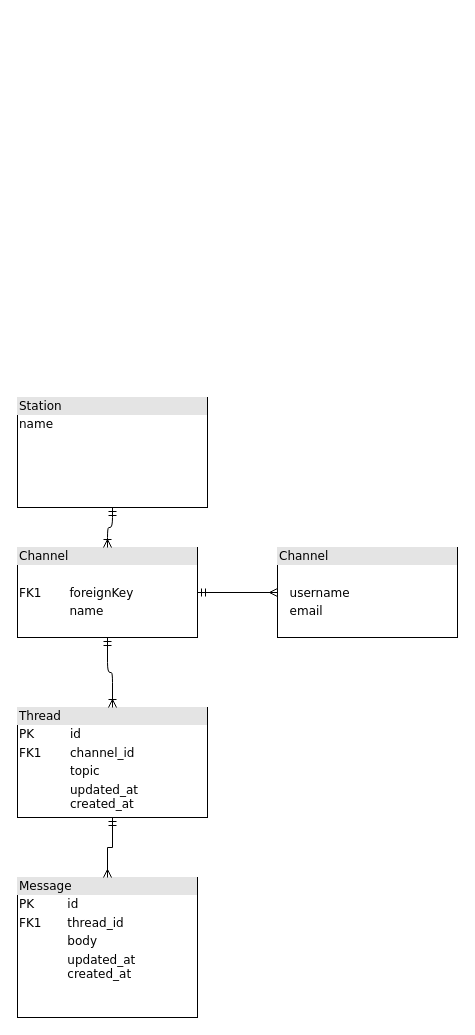
This is docs/server-data-model.drawio.xml from Sanyam07/fluxcell, a draw.io file, before an edit. Source tidied: cells renumbered, new cells numbered last; positions are measured from the earlier drawing's top-left corner, leaving out a move shared by most shapes. Both pictures are drawn from the tidied source at 100%, with x=0, y=0 at pixel (17, 397).
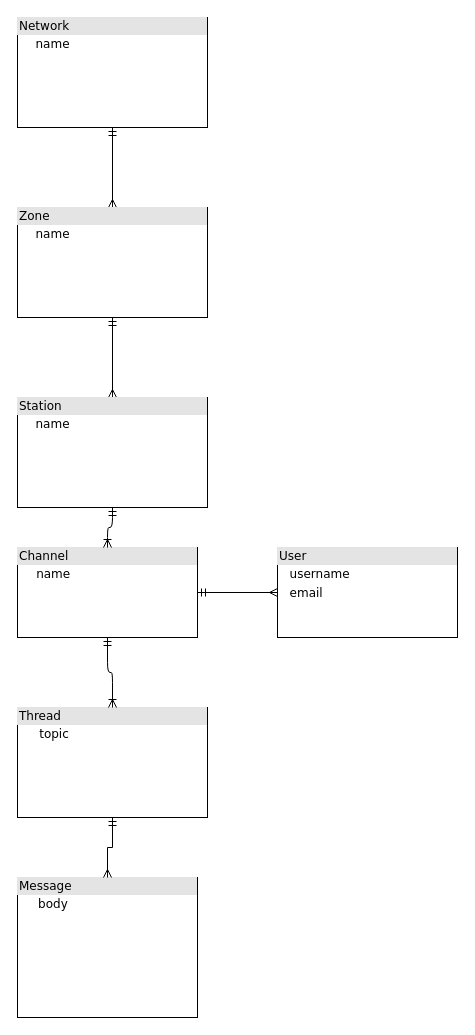
After the change.

Commit message:
Update draft diagram

Diff of the diagram source:
```diff
@@
 <mxGraphModel background="#ffffff">
   <root>
     <mxCell id="0" />
     <mxCell id="1" parent="0" />
+    <mxCell id="11" style="edgeStyle=orthogonalEdgeStyle;rounded=0;jettySize=auto;html=1;endArrow=ERmandOne;endFill=0;startArrow=ERmany;startFill=0;" parent="1" edge="1" source="2" target="13">
+      <mxGeometry relative="1" as="geometry" />
+    </mxCell>
-    <mxCell id="2" value="&lt;div style=&quot;box-sizing: border-box ; width: 100% ; background: #e4e4e4 ; padding: 2px&quot;&gt;Station&lt;/div&gt;&lt;table style=&quot;width: 100% ; font-size: 1em&quot; cellpadding=&quot;2&quot; cellspacing=&quot;0&quot;&gt;&lt;tbody&gt;&lt;tr&gt;&lt;td&gt;name&lt;/td&gt;&lt;td&gt;&lt;br&gt;&lt;/td&gt;&lt;/tr&gt;&lt;/tbody&gt;&lt;/table&gt;" style="verticalAlign=top;align=left;overflow=fill;html=1;rounded=0;shadow=0;comic=0;labelBackgroundColor=none;strokeColor=#000000;strokeWidth=1;fillColor=#ffffff;fontFamily=Verdana;fontSize=12;fontColor=#000000;" parent="1" vertex="1">
+    <mxCell id="2" value="&lt;div style=&quot;box-sizing: border-box ; width: 100% ; background: #e4e4e4 ; padding: 2px&quot;&gt;Station&lt;/div&gt;&lt;table style=&quot;width: 100% ; font-size: 1em&quot; cellpadding=&quot;2&quot; cellspacing=&quot;0&quot;&gt;&lt;tbody&gt;&lt;tr&gt;&lt;td&gt;&lt;br&gt;&lt;/td&gt;&lt;td&gt;name&lt;/td&gt;&lt;td&gt;&lt;br&gt;&lt;/td&gt;&lt;/tr&gt;&lt;/tbody&gt;&lt;/table&gt;" style="verticalAlign=top;align=left;overflow=fill;html=1;rounded=0;shadow=0;comic=0;labelBackgroundColor=none;strokeColor=#000000;strokeWidth=1;fillColor=#ffffff;fontFamily=Verdana;fontSize=12;fontColor=#000000;" parent="1" vertex="1">
       <mxGeometry width="190" height="110" as="geometry" />
     </mxCell>
+    <mxCell id="12" style="edgeStyle=orthogonalEdgeStyle;rounded=0;jettySize=auto;html=1;startArrow=ERmany;startFill=0;endArrow=ERmandOne;endFill=0;" parent="1" edge="1" source="13" target="14">
+      <mxGeometry relative="1" as="geometry" />
+    </mxCell>
+    <mxCell id="13" value="&lt;div style=&quot;box-sizing: border-box ; width: 100% ; background: #e4e4e4 ; padding: 2px&quot;&gt;Zone&lt;/div&gt;&lt;table style=&quot;width: 100% ; font-size: 1em&quot; cellpadding=&quot;2&quot; cellspacing=&quot;0&quot;&gt;&lt;tbody&gt;&lt;tr&gt;&lt;td&gt;&lt;br&gt;&lt;/td&gt;&lt;td&gt;name&lt;/td&gt;&lt;td&gt;&lt;br&gt;&lt;/td&gt;&lt;/tr&gt;&lt;/tbody&gt;&lt;/table&gt;" style="verticalAlign=top;align=left;overflow=fill;html=1;rounded=0;shadow=0;comic=0;labelBackgroundColor=none;strokeColor=#000000;strokeWidth=1;fillColor=#ffffff;fontFamily=Verdana;fontSize=12;fontColor=#000000;" parent="1" vertex="1">
+      <mxGeometry y="-190" width="190" height="110" as="geometry" />
+    </mxCell>
+    <mxCell id="14" value="&lt;div style=&quot;box-sizing: border-box ; width: 100% ; background: #e4e4e4 ; padding: 2px&quot;&gt;Network&lt;/div&gt;&lt;table style=&quot;width: 100% ; font-size: 1em&quot; cellpadding=&quot;2&quot; cellspacing=&quot;0&quot;&gt;&lt;tbody&gt;&lt;tr&gt;&lt;td&gt;&lt;br&gt;&lt;/td&gt;&lt;td&gt;name&lt;/td&gt;&lt;td&gt;&lt;br&gt;&lt;/td&gt;&lt;/tr&gt;&lt;/tbody&gt;&lt;/table&gt;" style="verticalAlign=top;align=left;overflow=fill;html=1;rounded=0;shadow=0;comic=0;labelBackgroundColor=none;strokeColor=#000000;strokeWidth=1;fillColor=#ffffff;fontFamily=Verdana;fontSize=12;fontColor=#000000;" parent="1" vertex="1">
+      <mxGeometry y="-380" width="190" height="110" as="geometry" />
+    </mxCell>
-    <mxCell id="3" value="&lt;div style=&quot;box-sizing: border-box ; width: 100% ; background: #e4e4e4 ; padding: 2px&quot;&gt;Message&lt;/div&gt;&lt;table style=&quot;width: 100% ; font-size: 1em&quot; cellpadding=&quot;2&quot; cellspacing=&quot;0&quot;&gt;&lt;tbody&gt;&lt;tr&gt;&lt;td&gt;PK&lt;/td&gt;&lt;td&gt;id&lt;/td&gt;&lt;/tr&gt;&lt;tr&gt;&lt;td&gt;FK1&lt;/td&gt;&lt;td&gt;thread_id&lt;/td&gt;&lt;/tr&gt;&lt;tr&gt;&lt;td&gt;&lt;/td&gt;&lt;td&gt;body&lt;/td&gt;&lt;/tr&gt;&lt;tr&gt;&lt;td&gt;&lt;br&gt;&lt;/td&gt;&lt;td&gt;updated_at&lt;br&gt;created_at&lt;/td&gt;&lt;/tr&gt;&lt;/tbody&gt;&lt;/table&gt;" style="verticalAlign=top;align=left;overflow=fill;html=1;rounded=0;shadow=0;comic=0;labelBackgroundColor=none;strokeColor=#000000;strokeWidth=1;fillColor=#ffffff;fontFamily=Verdana;fontSize=12;fontColor=#000000;" parent="1" vertex="1">
+    <mxCell id="3" value="&lt;div style=&quot;box-sizing: border-box ; width: 100% ; background: #e4e4e4 ; padding: 2px&quot;&gt;Message&lt;/div&gt;&lt;table style=&quot;width: 100% ; font-size: 1em&quot; cellpadding=&quot;2&quot; cellspacing=&quot;0&quot;&gt;&lt;tbody&gt;&lt;tr&gt;&lt;td&gt;&lt;br&gt;&lt;/td&gt;&lt;td&gt;body&lt;/td&gt;&lt;/tr&gt;&lt;/tbody&gt;&lt;/table&gt;" style="verticalAlign=top;align=left;overflow=fill;html=1;rounded=0;shadow=0;comic=0;labelBackgroundColor=none;strokeColor=#000000;strokeWidth=1;fillColor=#ffffff;fontFamily=Verdana;fontSize=12;fontColor=#000000;" parent="1" vertex="1">
       <mxGeometry y="480" width="180" height="140" as="geometry" />
     </mxCell>
     <mxCell id="4" style="edgeStyle=orthogonalEdgeStyle;rounded=0;jettySize=auto;html=1;endArrow=ERmany;endFill=0;startArrow=ERmandOne;startFill=0;" parent="1" edge="1" source="5" target="3">
       <mxGeometry relative="1" as="geometry" />
     </mxCell>
-    <mxCell id="5" value="&lt;div style=&quot;box-sizing: border-box ; width: 100% ; background: #e4e4e4 ; padding: 2px&quot;&gt;Thread&lt;/div&gt;&lt;table style=&quot;width: 100% ; font-size: 1em&quot; cellpadding=&quot;2&quot; cellspacing=&quot;0&quot;&gt;&lt;tbody&gt;&lt;tr&gt;&lt;td&gt;PK&lt;/td&gt;&lt;td&gt;id&lt;/td&gt;&lt;/tr&gt;&lt;tr&gt;&lt;td&gt;FK1&lt;/td&gt;&lt;td&gt;channel_id&lt;/td&gt;&lt;/tr&gt;&lt;tr&gt;&lt;td&gt;&lt;/td&gt;&lt;td&gt;topic&lt;/td&gt;&lt;/tr&gt;&lt;tr&gt;&lt;td&gt;&lt;br&gt;&lt;/td&gt;&lt;td&gt;updated_at&lt;br&gt;created_at&lt;/td&gt;&lt;/tr&gt;&lt;/tbody&gt;&lt;/table&gt;" style="verticalAlign=top;align=left;overflow=fill;html=1;rounded=0;shadow=0;comic=0;labelBackgroundColor=none;strokeColor=#000000;strokeWidth=1;fillColor=#ffffff;fontFamily=Verdana;fontSize=12;fontColor=#000000;" parent="1" vertex="1">
+    <mxCell id="5" value="&lt;div style=&quot;box-sizing: border-box ; width: 100% ; background: #e4e4e4 ; padding: 2px&quot;&gt;Thread&lt;/div&gt;&lt;table style=&quot;width: 100% ; font-size: 1em&quot; cellpadding=&quot;2&quot; cellspacing=&quot;0&quot;&gt;&lt;tbody&gt;&lt;tr&gt;&lt;td&gt;&lt;/td&gt;&lt;td&gt;topic&lt;/td&gt;&lt;/tr&gt;&lt;tr&gt;&lt;td&gt;&lt;br&gt;&lt;/td&gt;&lt;td&gt;&lt;br&gt;&lt;br&gt;&lt;/td&gt;&lt;/tr&gt;&lt;/tbody&gt;&lt;/table&gt;" style="verticalAlign=top;align=left;overflow=fill;html=1;rounded=0;shadow=0;comic=0;labelBackgroundColor=none;strokeColor=#000000;strokeWidth=1;fillColor=#ffffff;fontFamily=Verdana;fontSize=12;fontColor=#000000;" parent="1" vertex="1">
       <mxGeometry y="310" width="190" height="110" as="geometry" />
     </mxCell>
     <mxCell id="6" style="edgeStyle=orthogonalEdgeStyle;html=1;entryX=0.5;entryY=0;labelBackgroundColor=none;startArrow=ERmandOne;endArrow=ERoneToMany;fontFamily=Verdana;fontSize=12;align=left;" parent="1" edge="1" source="8" target="5">
       <mxGeometry relative="1" as="geometry" />
     </mxCell>
     <mxCell id="7" style="edgeStyle=orthogonalEdgeStyle;rounded=0;jettySize=auto;html=1;startArrow=ERmandOne;startFill=0;endArrow=ERmany;endFill=0;" parent="1" edge="1" source="8" target="9">
       <mxGeometry relative="1" as="geometry" />
     </mxCell>
-    <mxCell id="8" value="&lt;div style=&quot;box-sizing: border-box ; width: 100% ; background: #e4e4e4 ; padding: 2px&quot;&gt;Channel&lt;/div&gt;&lt;table style=&quot;width: 100% ; font-size: 1em&quot; cellpadding=&quot;2&quot; cellspacing=&quot;0&quot;&gt;&lt;tbody&gt;&lt;tr&gt;&lt;td&gt;&lt;br&gt;&lt;/td&gt;&lt;td&gt;&lt;br&gt;&lt;/td&gt;&lt;/tr&gt;&lt;tr&gt;&lt;td&gt;FK1&lt;/td&gt;&lt;td&gt;foreignKey&lt;/td&gt;&lt;/tr&gt;&lt;tr&gt;&lt;td&gt;&lt;/td&gt;&lt;td&gt;name&lt;/td&gt;&lt;/tr&gt;&lt;/tbody&gt;&lt;/table&gt;" style="verticalAlign=top;align=left;overflow=fill;html=1;rounded=0;shadow=0;comic=0;labelBackgroundColor=none;strokeColor=#000000;strokeWidth=1;fillColor=#ffffff;fontFamily=Verdana;fontSize=12;fontColor=#000000;" parent="1" vertex="1">
+    <mxCell id="8" value="&lt;div style=&quot;box-sizing: border-box ; width: 100% ; background: #e4e4e4 ; padding: 2px&quot;&gt;Channel&lt;/div&gt;&lt;table style=&quot;width: 100% ; font-size: 1em&quot; cellpadding=&quot;2&quot; cellspacing=&quot;0&quot;&gt;&lt;tbody&gt;&lt;tr&gt;&lt;td&gt;&lt;/td&gt;&lt;td&gt;name&lt;/td&gt;&lt;/tr&gt;&lt;/tbody&gt;&lt;/table&gt;" style="verticalAlign=top;align=left;overflow=fill;html=1;rounded=0;shadow=0;comic=0;labelBackgroundColor=none;strokeColor=#000000;strokeWidth=1;fillColor=#ffffff;fontFamily=Verdana;fontSize=12;fontColor=#000000;" parent="1" vertex="1">
       <mxGeometry y="150" width="180" height="90" as="geometry" />
     </mxCell>
-    <mxCell id="9" value="&lt;div style=&quot;box-sizing: border-box ; width: 100% ; background: #e4e4e4 ; padding: 2px&quot;&gt;Channel&lt;/div&gt;&lt;table style=&quot;width: 100% ; font-size: 1em&quot; cellpadding=&quot;2&quot; cellspacing=&quot;0&quot;&gt;&lt;tbody&gt;&lt;tr&gt;&lt;td&gt;&lt;br&gt;&lt;/td&gt;&lt;td&gt;&lt;/td&gt;&lt;/tr&gt;&lt;tr&gt;&lt;td&gt;&lt;br&gt;&lt;/td&gt;&lt;td&gt;username&lt;/td&gt;&lt;/tr&gt;&lt;tr&gt;&lt;td&gt;&lt;/td&gt;&lt;td&gt;email&lt;br&gt;&lt;br&gt;&lt;/td&gt;&lt;/tr&gt;&lt;/tbody&gt;&lt;/table&gt;" style="verticalAlign=top;align=left;overflow=fill;html=1;rounded=0;shadow=0;comic=0;labelBackgroundColor=none;strokeColor=#000000;strokeWidth=1;fillColor=#ffffff;fontFamily=Verdana;fontSize=12;fontColor=#000000;" parent="1" vertex="1">
+    <mxCell id="9" value="&lt;div style=&quot;box-sizing: border-box ; width: 100% ; background: #e4e4e4 ; padding: 2px&quot;&gt;User&lt;/div&gt;&lt;table style=&quot;width: 100% ; font-size: 1em&quot; cellpadding=&quot;2&quot; cellspacing=&quot;0&quot;&gt;&lt;tbody&gt;&lt;tr&gt;&lt;td&gt;&lt;br&gt;&lt;/td&gt;&lt;td&gt;username&lt;/td&gt;&lt;/tr&gt;&lt;tr&gt;&lt;td&gt;&lt;/td&gt;&lt;td&gt;email&lt;br&gt;&lt;br&gt;&lt;/td&gt;&lt;/tr&gt;&lt;/tbody&gt;&lt;/table&gt;" style="verticalAlign=top;align=left;overflow=fill;html=1;rounded=0;shadow=0;comic=0;labelBackgroundColor=none;strokeColor=#000000;strokeWidth=1;fillColor=#ffffff;fontFamily=Verdana;fontSize=12;fontColor=#000000;" parent="1" vertex="1">
       <mxGeometry x="260" y="150" width="180" height="90" as="geometry" />
     </mxCell>
     <mxCell id="10" style="edgeStyle=orthogonalEdgeStyle;html=1;endArrow=ERoneToMany;startArrow=ERmandOne;labelBackgroundColor=none;fontFamily=Verdana;fontSize=12;align=left;exitX=0.5;exitY=1;entryX=0.5;entryY=0;" parent="1" edge="1" source="2" target="8">
       <mxGeometry relative="1" as="geometry" />
     </mxCell>
   </root>
 </mxGraphModel>
```
